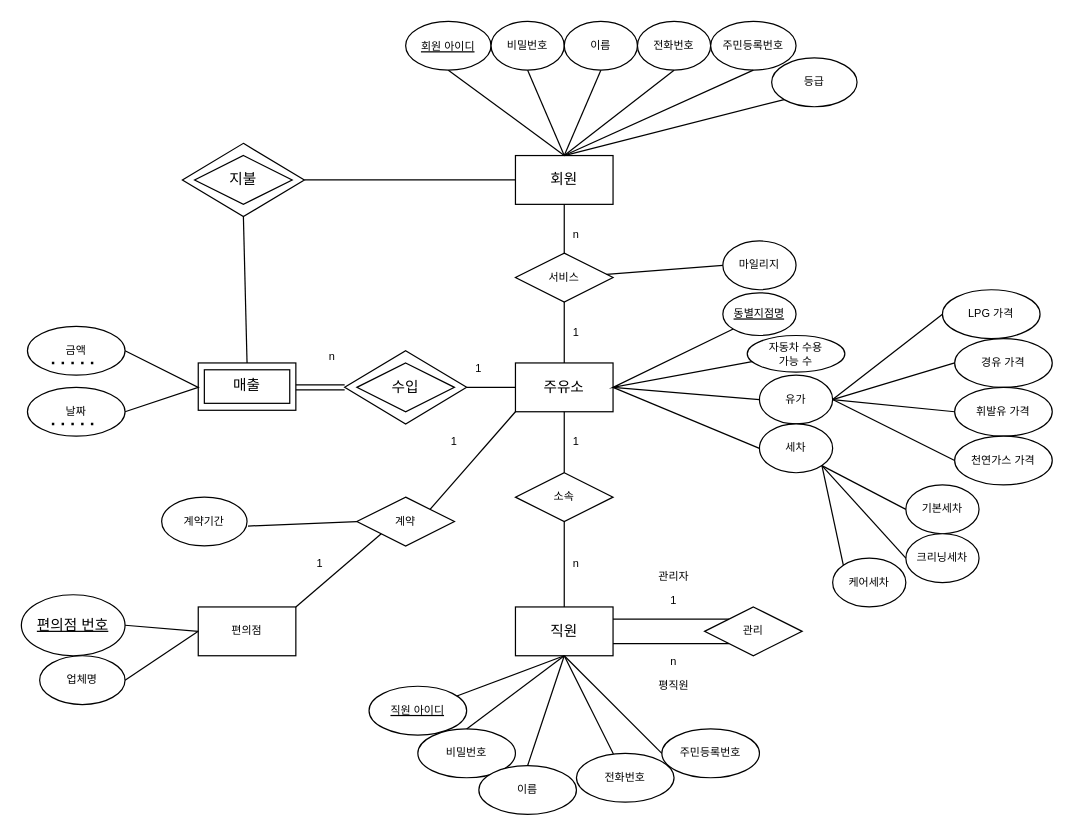
This is Untitled Diagram.drawio from junki1912/DataBase_base, a draw.io file, before an edit. Source tidied: cells renumbered, new cells numbered last; positions are measured from the earlier drawing's top-left corner, leaving out a move shared by most shapes. Both pictures are drawn from the tidied source at 122%, with x=0, y=0 at pixel (21, 21).
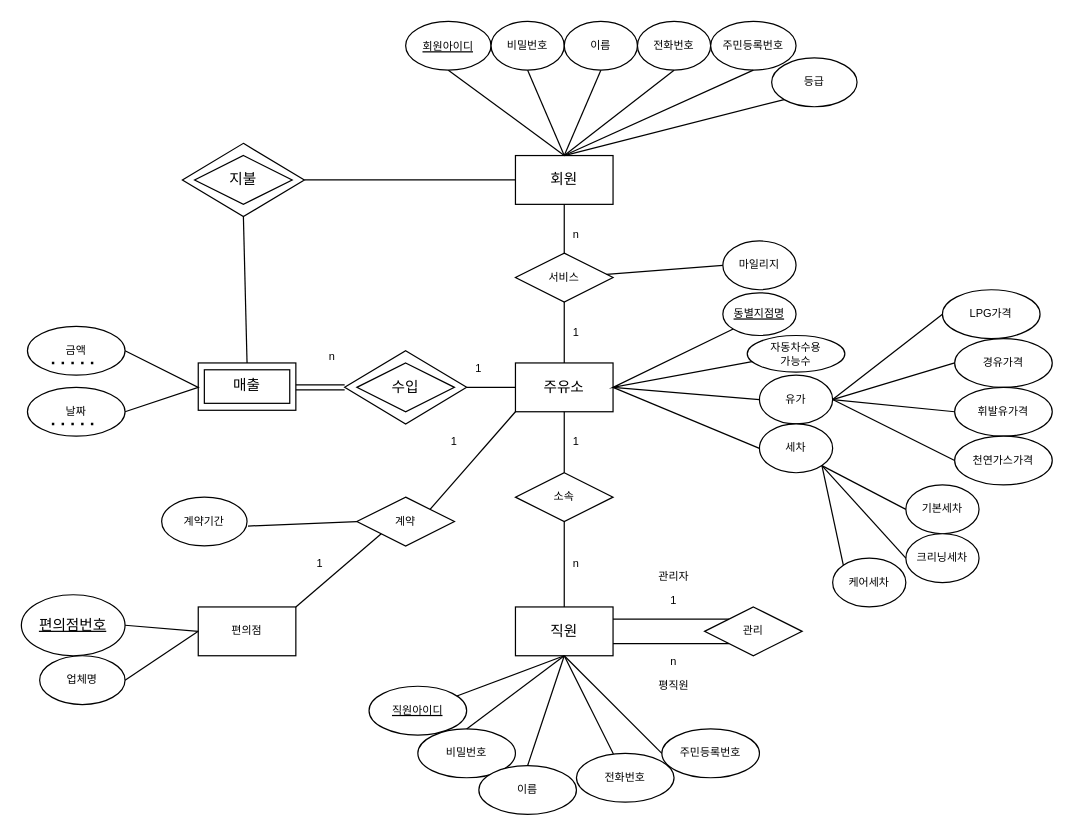
Above is the later version.

The edit, as a diff of the source:
```diff
@@
-    <mxCell id="4" value="&lt;font style=&quot;font-size: 9px;&quot;&gt;&lt;u&gt;회원 아이디&lt;/u&gt;&lt;/font&gt;" style="ellipse;whiteSpace=wrap;html=1;" parent="1" vertex="1">
+    <mxCell id="4" value="&lt;font style=&quot;font-size: 9px;&quot;&gt;&lt;u&gt;회원아이디&lt;/u&gt;&lt;/font&gt;" style="ellipse;whiteSpace=wrap;html=1;" parent="1" vertex="1">
       <mxGeometry x="315" width="70" height="40" as="geometry" />
     </mxCell>
@@
-    <mxCell id="18" value="&lt;u&gt;직원 아이디&lt;/u&gt;" style="ellipse;whiteSpace=wrap;html=1;fontSize=9;" parent="1" vertex="1">
+    <mxCell id="18" value="&lt;u&gt;직원아이디&lt;/u&gt;" style="ellipse;whiteSpace=wrap;html=1;fontSize=9;" parent="1" vertex="1">
       <mxGeometry x="285" y="545" width="80" height="40" as="geometry" />
     </mxCell>
@@
-    <mxCell id="32" value="자동차 수용 &lt;br&gt;가능 수" style="ellipse;whiteSpace=wrap;html=1;fontSize=9;" parent="1" vertex="1">
+    <mxCell id="32" value="자동차수용 &lt;br&gt;가능수" style="ellipse;whiteSpace=wrap;html=1;fontSize=9;" parent="1" vertex="1">
       <mxGeometry x="595" y="257.5" width="80" height="30" as="geometry" />
     </mxCell>
@@
-    <mxCell id="50" value="LPG 가격" style="ellipse;whiteSpace=wrap;html=1;fontSize=9;" parent="1" vertex="1">
+    <mxCell id="50" value="LPG가격" style="ellipse;whiteSpace=wrap;html=1;fontSize=9;" parent="1" vertex="1">
       <mxGeometry x="755" y="220" width="80" height="40" as="geometry" />
     </mxCell>
-    <mxCell id="51" value="경유 가격" style="ellipse;whiteSpace=wrap;html=1;fontSize=9;" parent="1" vertex="1">
+    <mxCell id="51" value="경유가격" style="ellipse;whiteSpace=wrap;html=1;fontSize=9;" parent="1" vertex="1">
       <mxGeometry x="765" y="260" width="80" height="40" as="geometry" />
     </mxCell>
-    <mxCell id="52" value="휘발유 가격" style="ellipse;whiteSpace=wrap;html=1;fontSize=9;" parent="1" vertex="1">
+    <mxCell id="52" value="휘발유가격" style="ellipse;whiteSpace=wrap;html=1;fontSize=9;" parent="1" vertex="1">
       <mxGeometry x="765" y="300" width="80" height="40" as="geometry" />
     </mxCell>
-    <mxCell id="53" value="천연가스 가격" style="ellipse;whiteSpace=wrap;html=1;fontSize=9;" parent="1" vertex="1">
+    <mxCell id="53" value="천연가스가격" style="ellipse;whiteSpace=wrap;html=1;fontSize=9;" parent="1" vertex="1">
       <mxGeometry x="765" y="340" width="80" height="40" as="geometry" />
     </mxCell>
@@
-    <mxCell id="91" value="&lt;u&gt;편의점 번호&lt;/u&gt;" style="ellipse;whiteSpace=wrap;html=1;" parent="1" vertex="1">
+    <mxCell id="91" value="&lt;u&gt;편의점번호&lt;/u&gt;" style="ellipse;whiteSpace=wrap;html=1;" parent="1" vertex="1">
       <mxGeometry y="470" width="85" height="50" as="geometry" />
     </mxCell>
```
